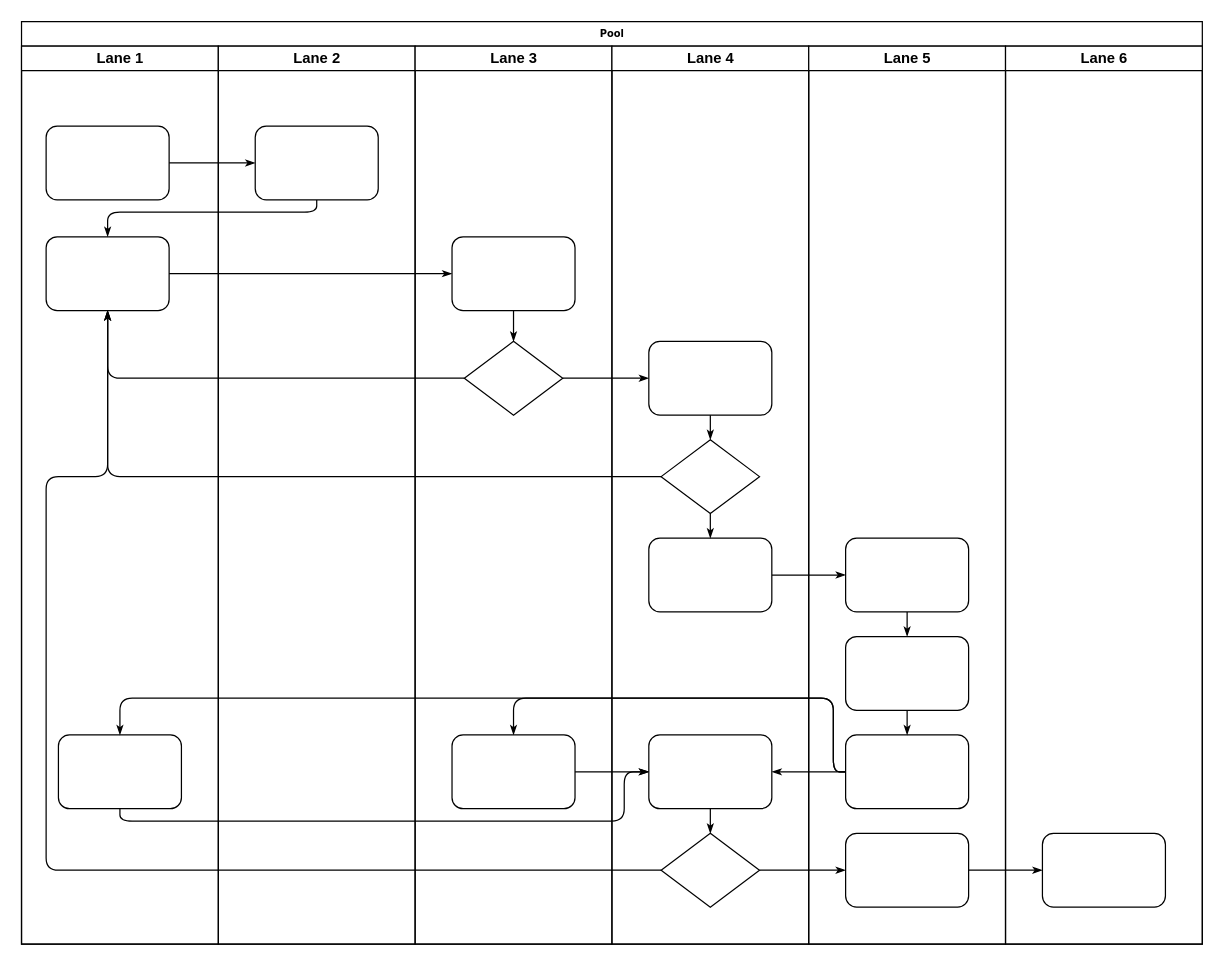
Africa-PID-Alliance/DOCiD keeps this draw.io diagram as Untitled Diagram.drawio. Above is the earlier version. Source tidied: cells renumbered, new cells numbered last; positions are measured from the earlier drawing's top-left corner, leaving out a move shared by most shapes. Both pictures are drawn from the tidied source at 123%, with x=0, y=0 at pixel (21, 21).
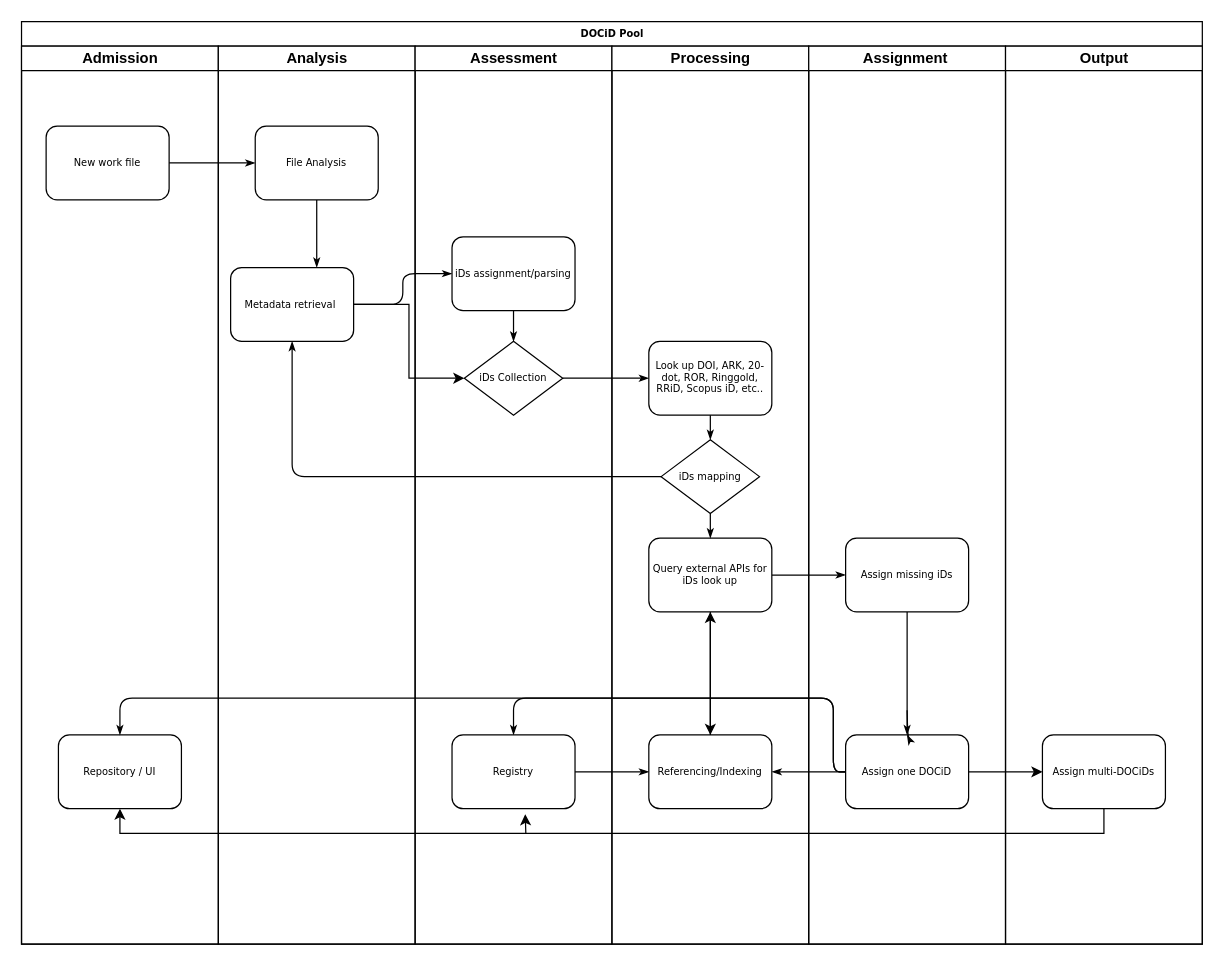
The same diagram, later.

Change to the diagram source:
```diff
@@
-    <mxCell id="2" value="Pool" style="swimlane;html=1;startSize=20;rounded=0;shadow=0;labelBackgroundColor=none;strokeWidth=1;fontFamily=Verdana;fontSize=8;align=center;" parent="1" vertex="1">
+    <mxCell id="2" value="DOCiD Pool" style="swimlane;html=1;startSize=20;rounded=0;shadow=0;labelBackgroundColor=none;strokeWidth=1;fontFamily=Verdana;fontSize=8;align=center;" parent="1" vertex="1">
       <mxGeometry width="960" height="750" as="geometry" />
     </mxCell>
-    <mxCell id="3" value="Lane 1" style="swimlane;html=1;startSize=20;" parent="2" vertex="1">
+    <mxCell id="3" value="Admission" style="swimlane;html=1;startSize=20;" parent="2" vertex="1">
       <mxGeometry y="20" width="160" height="730" as="geometry" />
     </mxCell>
-    <mxCell id="4" style="rounded=1;whiteSpace=wrap;html=1;shadow=0;labelBackgroundColor=none;strokeWidth=1;fontFamily=Verdana;fontSize=8;align=center;" parent="3" vertex="1">
+    <mxCell id="4" value="New work file" style="rounded=1;whiteSpace=wrap;html=1;shadow=0;labelBackgroundColor=none;strokeWidth=1;fontFamily=Verdana;fontSize=8;align=center;" parent="3" vertex="1">
       <mxGeometry x="20" y="65" width="100" height="60" as="geometry" />
     </mxCell>
-    <mxCell id="5" style="rounded=1;whiteSpace=wrap;html=1;shadow=0;labelBackgroundColor=none;strokeWidth=1;fontFamily=Verdana;fontSize=8;align=center;" parent="3" vertex="1">
-      <mxGeometry x="20" y="155" width="100" height="60" as="geometry" />
-    </mxCell>
-    <mxCell id="6" style="rounded=1;whiteSpace=wrap;html=1;shadow=0;labelBackgroundColor=none;strokeWidth=1;fontFamily=Verdana;fontSize=8;align=center;" parent="3" vertex="1">
+    <mxCell id="6" value="Repository / UI" style="rounded=1;whiteSpace=wrap;html=1;shadow=0;labelBackgroundColor=none;strokeWidth=1;fontFamily=Verdana;fontSize=8;align=center;" parent="3" vertex="1">
       <mxGeometry x="30" y="560" width="100" height="60" as="geometry" />
     </mxCell>
@@
-    <mxCell id="8" style="edgeStyle=orthogonalEdgeStyle;rounded=1;html=1;labelBackgroundColor=none;startArrow=none;startFill=0;startSize=5;endArrow=classicThin;endFill=1;endSize=5;jettySize=auto;strokeWidth=1;fontFamily=Verdana;fontSize=8;" parent="2" edge="1" source="23" target="5">
-      <mxGeometry relative="1" as="geometry">
-        <Array as="points">
-          <mxPoint x="240" y="155" />
-          <mxPoint x="70" y="155" />
-        </Array>
-      </mxGeometry>
-    </mxCell>
@@
-    <mxCell id="10" style="edgeStyle=orthogonalEdgeStyle;rounded=1;html=1;labelBackgroundColor=none;startArrow=none;startFill=0;startSize=5;endArrow=classicThin;endFill=1;endSize=5;jettySize=auto;strokeWidth=1;fontFamily=Verdana;fontSize=8;" parent="2" edge="1" source="26" target="5">
-      <mxGeometry relative="1" as="geometry" />
-    </mxCell>
@@
-    <mxCell id="12" style="edgeStyle=orthogonalEdgeStyle;rounded=1;html=1;labelBackgroundColor=none;startArrow=none;startFill=0;startSize=5;endArrow=classicThin;endFill=1;endSize=5;jettySize=auto;strokeWidth=1;fontFamily=Verdana;fontSize=8;" parent="2" edge="1" source="34" target="5">
-      <mxGeometry relative="1" as="geometry">
-        <Array as="points">
-          <mxPoint x="20" y="690" />
-          <mxPoint x="20" y="370" />
-          <mxPoint x="70" y="370" />
-        </Array>
-      </mxGeometry>
-    </mxCell>
@@
-    <mxCell id="14" style="edgeStyle=orthogonalEdgeStyle;rounded=1;html=1;labelBackgroundColor=none;startArrow=none;startFill=0;startSize=5;endArrow=classicThin;endFill=1;endSize=5;jettySize=auto;strokeWidth=1;fontFamily=Verdana;fontSize=8;" parent="2" edge="1" source="34" target="42">
-      <mxGeometry relative="1" as="geometry" />
-    </mxCell>
-    <mxCell id="15" style="edgeStyle=orthogonalEdgeStyle;rounded=1;html=1;labelBackgroundColor=none;startArrow=none;startFill=0;startSize=5;endArrow=classicThin;endFill=1;endSize=5;jettySize=auto;strokeWidth=1;fontFamily=Verdana;fontSize=8;" parent="2" edge="1" source="42" target="46">
-      <mxGeometry relative="1" as="geometry" />
-    </mxCell>
@@
-    <mxCell id="20" style="edgeStyle=orthogonalEdgeStyle;rounded=1;html=1;labelBackgroundColor=none;startArrow=none;startFill=0;startSize=5;endArrow=classicThin;endFill=1;endSize=5;jettySize=auto;strokeWidth=1;fontFamily=Verdana;fontSize=8;" parent="2" edge="1" source="6" target="33">
-      <mxGeometry relative="1" as="geometry">
-        <Array as="points">
-          <mxPoint x="80" y="650" />
-          <mxPoint x="490" y="650" />
-          <mxPoint x="490" y="610" />
-        </Array>
-      </mxGeometry>
-    </mxCell>
@@
-    <mxCell id="22" value="Lane 2" style="swimlane;html=1;startSize=20;" parent="2" vertex="1">
+    <mxCell id="22" value="Analysis" style="swimlane;html=1;startSize=20;" parent="2" vertex="1">
       <mxGeometry x="160" y="20" width="160" height="730" as="geometry" />
     </mxCell>
-    <mxCell id="23" style="rounded=1;whiteSpace=wrap;html=1;shadow=0;labelBackgroundColor=none;strokeWidth=1;fontFamily=Verdana;fontSize=8;align=center;" parent="22" vertex="1">
+    <mxCell id="23" value="File Analysis" style="rounded=1;whiteSpace=wrap;html=1;shadow=0;labelBackgroundColor=none;strokeWidth=1;fontFamily=Verdana;fontSize=8;align=center;" parent="22" vertex="1">
       <mxGeometry x="30" y="65" width="100" height="60" as="geometry" />
     </mxCell>
+    <mxCell id="5" value="Metadata retrieval&amp;nbsp;" style="rounded=1;whiteSpace=wrap;html=1;shadow=0;labelBackgroundColor=none;strokeWidth=1;fontFamily=Verdana;fontSize=8;align=center;" parent="22" vertex="1">
+      <mxGeometry x="10" y="180" width="100" height="60" as="geometry" />
+    </mxCell>
+    <mxCell id="8" style="edgeStyle=orthogonalEdgeStyle;rounded=1;html=1;labelBackgroundColor=none;startArrow=none;startFill=0;startSize=5;endArrow=classicThin;endFill=1;endSize=5;jettySize=auto;strokeWidth=1;fontFamily=Verdana;fontSize=8;" parent="22" edge="1" source="23" target="5">
+      <mxGeometry relative="1" as="geometry">
+        <Array as="points">
+          <mxPoint x="80" y="180" />
+          <mxPoint x="80" y="180" />
+        </Array>
+      </mxGeometry>
+    </mxCell>
-    <mxCell id="24" value="Lane 3" style="swimlane;html=1;startSize=20;" parent="2" vertex="1">
+    <mxCell id="24" value="Assessment" style="swimlane;html=1;startSize=20;" parent="2" vertex="1">
       <mxGeometry x="320" y="20" width="160" height="730" as="geometry" />
     </mxCell>
-    <mxCell id="25" style="rounded=1;whiteSpace=wrap;html=1;shadow=0;labelBackgroundColor=none;strokeWidth=1;fontFamily=Verdana;fontSize=8;align=center;" parent="24" vertex="1">
+    <mxCell id="25" value="iDs assignment/parsing" style="rounded=1;whiteSpace=wrap;html=1;shadow=0;labelBackgroundColor=none;strokeWidth=1;fontFamily=Verdana;fontSize=8;align=center;" parent="24" vertex="1">
       <mxGeometry x="30" y="155" width="100" height="60" as="geometry" />
     </mxCell>
-    <mxCell id="26" style="rhombus;whiteSpace=wrap;html=1;rounded=0;shadow=0;labelBackgroundColor=none;strokeWidth=1;fontFamily=Verdana;fontSize=8;align=center;" parent="24" vertex="1">
+    <mxCell id="26" value="iDs Collection" style="rhombus;whiteSpace=wrap;html=1;rounded=0;shadow=0;labelBackgroundColor=none;strokeWidth=1;fontFamily=Verdana;fontSize=8;align=center;" parent="24" vertex="1">
       <mxGeometry x="40" y="240" width="80" height="60" as="geometry" />
     </mxCell>
-    <mxCell id="27" style="rounded=1;whiteSpace=wrap;html=1;shadow=0;labelBackgroundColor=none;strokeWidth=1;fontFamily=Verdana;fontSize=8;align=center;" parent="24" vertex="1">
+    <mxCell id="27" value="Registry" style="rounded=1;whiteSpace=wrap;html=1;shadow=0;labelBackgroundColor=none;strokeWidth=1;fontFamily=Verdana;fontSize=8;align=center;" parent="24" vertex="1">
       <mxGeometry x="30" y="560" width="100" height="60" as="geometry" />
     </mxCell>
@@
+    <mxCell id="47" style="edgeStyle=orthogonalEdgeStyle;rounded=0;jettySize=auto;html=1;exitX=0.5;exitY=0;exitDx=0;exitDy=0;entryX=0.595;entryY=1.075;entryDx=0;entryDy=0;entryPerimeter=0;" parent="24" edge="1" target="27">
+      <mxGeometry relative="1" as="geometry">
+        <mxPoint x="90" y="640" as="sourcePoint" />
+      </mxGeometry>
+    </mxCell>
-    <mxCell id="29" value="Lane 4" style="swimlane;html=1;startSize=20;" parent="2" vertex="1">
+    <mxCell id="29" value="Processing" style="swimlane;html=1;startSize=20;" parent="2" vertex="1">
       <mxGeometry x="480" y="20" width="160" height="730" as="geometry" />
     </mxCell>
-    <mxCell id="30" style="rounded=1;whiteSpace=wrap;html=1;shadow=0;labelBackgroundColor=none;strokeWidth=1;fontFamily=Verdana;fontSize=8;align=center;" parent="29" vertex="1">
+    <mxCell id="30" value="Look up DOI, ARK, 20-dot, ROR, Ringgold, RRiD, Scopus iD, etc.." style="rounded=1;whiteSpace=wrap;html=1;shadow=0;labelBackgroundColor=none;strokeWidth=1;fontFamily=Verdana;fontSize=8;align=center;" parent="29" vertex="1">
       <mxGeometry x="30" y="240" width="100" height="60" as="geometry" />
     </mxCell>
-    <mxCell id="31" style="rhombus;whiteSpace=wrap;html=1;rounded=0;shadow=0;labelBackgroundColor=none;strokeWidth=1;fontFamily=Verdana;fontSize=8;align=center;" parent="29" vertex="1">
+    <mxCell id="31" value="iDs mapping" style="rhombus;whiteSpace=wrap;html=1;rounded=0;shadow=0;labelBackgroundColor=none;strokeWidth=1;fontFamily=Verdana;fontSize=8;align=center;" parent="29" vertex="1">
       <mxGeometry x="40" y="320" width="80" height="60" as="geometry" />
     </mxCell>
+    <mxCell id="48" style="edgeStyle=orthogonalEdgeStyle;rounded=0;jettySize=auto;html=1;" parent="29" edge="1" source="32" target="33">
+      <mxGeometry relative="1" as="geometry" />
+    </mxCell>
-    <mxCell id="32" style="rounded=1;whiteSpace=wrap;html=1;shadow=0;labelBackgroundColor=none;strokeWidth=1;fontFamily=Verdana;fontSize=8;align=center;" parent="29" vertex="1">
+    <mxCell id="32" value="Query external APIs for iDs look up" style="rounded=1;whiteSpace=wrap;html=1;shadow=0;labelBackgroundColor=none;strokeWidth=1;fontFamily=Verdana;fontSize=8;align=center;" parent="29" vertex="1">
       <mxGeometry x="30" y="400" width="100" height="60" as="geometry" />
     </mxCell>
+    <mxCell id="49" style="edgeStyle=orthogonalEdgeStyle;rounded=0;jettySize=auto;html=1;exitX=0.5;exitY=0;exitDx=0;exitDy=0;" parent="29" edge="1" source="33">
+      <mxGeometry relative="1" as="geometry">
+        <mxPoint x="80" y="460" as="targetPoint" />
+      </mxGeometry>
+    </mxCell>
-    <mxCell id="33" style="rounded=1;whiteSpace=wrap;html=1;shadow=0;labelBackgroundColor=none;strokeWidth=1;fontFamily=Verdana;fontSize=8;align=center;" parent="29" vertex="1">
+    <mxCell id="33" value="Referencing/Indexing" style="rounded=1;whiteSpace=wrap;html=1;shadow=0;labelBackgroundColor=none;strokeWidth=1;fontFamily=Verdana;fontSize=8;align=center;" parent="29" vertex="1">
       <mxGeometry x="30" y="560" width="100" height="60" as="geometry" />
     </mxCell>
-    <mxCell id="34" style="rhombus;whiteSpace=wrap;html=1;rounded=0;shadow=0;labelBackgroundColor=none;strokeWidth=1;fontFamily=Verdana;fontSize=8;align=center;" parent="29" vertex="1">
-      <mxGeometry x="40" y="640" width="80" height="60" as="geometry" />
-    </mxCell>
@@
-    <mxCell id="37" style="edgeStyle=orthogonalEdgeStyle;rounded=1;html=1;labelBackgroundColor=none;startArrow=none;startFill=0;startSize=5;endArrow=classicThin;endFill=1;endSize=5;jettySize=auto;strokeWidth=1;fontFamily=Verdana;fontSize=8;" parent="29" edge="1" source="33" target="34">
-      <mxGeometry relative="1" as="geometry" />
-    </mxCell>
-    <mxCell id="38" value="Lane 5" style="swimlane;html=1;startSize=20;" parent="2" vertex="1">
+    <mxCell id="38" value="Assignment&amp;nbsp;" style="swimlane;html=1;startSize=20;" parent="2" vertex="1">
       <mxGeometry x="640" y="20" width="160" height="730" as="geometry" />
     </mxCell>
-    <mxCell id="39" style="rounded=1;whiteSpace=wrap;html=1;shadow=0;labelBackgroundColor=none;strokeWidth=1;fontFamily=Verdana;fontSize=8;align=center;" parent="38" vertex="1">
+    <mxCell id="39" value="Assign missing iDs" style="rounded=1;whiteSpace=wrap;html=1;shadow=0;labelBackgroundColor=none;strokeWidth=1;fontFamily=Verdana;fontSize=8;align=center;" parent="38" vertex="1">
       <mxGeometry x="30" y="400" width="100" height="60" as="geometry" />
     </mxCell>
-    <mxCell id="40" style="rounded=1;whiteSpace=wrap;html=1;shadow=0;labelBackgroundColor=none;strokeWidth=1;fontFamily=Verdana;fontSize=8;align=center;" parent="38" vertex="1">
-      <mxGeometry x="30" y="480" width="100" height="60" as="geometry" />
-    </mxCell>
-    <mxCell id="41" style="rounded=1;whiteSpace=wrap;html=1;shadow=0;labelBackgroundColor=none;strokeWidth=1;fontFamily=Verdana;fontSize=8;align=center;" parent="38" vertex="1">
+    <mxCell id="41" value="Assign one DOCiD" style="rounded=1;whiteSpace=wrap;html=1;shadow=0;labelBackgroundColor=none;strokeWidth=1;fontFamily=Verdana;fontSize=8;align=center;" parent="38" vertex="1">
       <mxGeometry x="30" y="560" width="100" height="60" as="geometry" />
     </mxCell>
-    <mxCell id="42" style="rounded=1;whiteSpace=wrap;html=1;shadow=0;labelBackgroundColor=none;strokeWidth=1;fontFamily=Verdana;fontSize=8;align=center;" parent="38" vertex="1">
-      <mxGeometry x="30" y="640" width="100" height="60" as="geometry" />
-    </mxCell>
-    <mxCell id="43" style="edgeStyle=orthogonalEdgeStyle;rounded=1;html=1;labelBackgroundColor=none;startArrow=none;startFill=0;startSize=5;endArrow=classicThin;endFill=1;endSize=5;jettySize=auto;strokeWidth=1;fontFamily=Verdana;fontSize=8;" parent="38" edge="1" source="39" target="40">
+    <mxCell id="43" style="edgeStyle=orthogonalEdgeStyle;rounded=1;html=1;labelBackgroundColor=none;startArrow=none;startFill=0;startSize=5;endArrow=classicThin;endFill=1;endSize=5;jettySize=auto;strokeWidth=1;fontFamily=Verdana;fontSize=8;entryX=0.5;entryY=0;entryDx=0;entryDy=0;" parent="38" edge="1" source="39" target="41">
       <mxGeometry relative="1" as="geometry" />
     </mxCell>
-    <mxCell id="44" style="edgeStyle=orthogonalEdgeStyle;rounded=1;html=1;labelBackgroundColor=none;startArrow=none;startFill=0;startSize=5;endArrow=classicThin;endFill=1;endSize=5;jettySize=auto;strokeWidth=1;fontFamily=Verdana;fontSize=8;" parent="38" edge="1" source="40" target="41">
-      <mxGeometry relative="1" as="geometry" />
+    <mxCell id="44" style="edgeStyle=orthogonalEdgeStyle;rounded=1;html=1;labelBackgroundColor=none;startArrow=none;startFill=0;startSize=5;endArrow=classicThin;endFill=1;endSize=5;jettySize=auto;strokeWidth=1;fontFamily=Verdana;fontSize=8;" parent="38" edge="1" target="41">
+      <mxGeometry relative="1" as="geometry">
+        <mxPoint x="80" y="540" as="sourcePoint" />
+      </mxGeometry>
     </mxCell>
-    <mxCell id="45" value="Lane 6" style="swimlane;html=1;startSize=20;" parent="2" vertex="1">
+    <mxCell id="45" value="Output" style="swimlane;html=1;startSize=20;" parent="2" vertex="1">
       <mxGeometry x="800" y="20" width="160" height="730" as="geometry" />
     </mxCell>
-    <mxCell id="46" style="rounded=1;whiteSpace=wrap;html=1;shadow=0;labelBackgroundColor=none;strokeWidth=1;fontFamily=Verdana;fontSize=8;align=center;" parent="45" vertex="1">
-      <mxGeometry x="30" y="640" width="100" height="60" as="geometry" />
+    <mxCell id="46" value="Assign multi-DOCiDs" style="rounded=1;whiteSpace=wrap;html=1;shadow=0;labelBackgroundColor=none;strokeWidth=1;fontFamily=Verdana;fontSize=8;align=center;" parent="45" vertex="1">
+      <mxGeometry x="30" y="560" width="100" height="60" as="geometry" />
     </mxCell>
+    <mxCell id="50" style="edgeStyle=orthogonalEdgeStyle;rounded=0;jettySize=auto;html=1;exitX=1;exitY=0.5;exitDx=0;exitDy=0;" parent="2" edge="1" source="41" target="46">
+      <mxGeometry relative="1" as="geometry" />
+    </mxCell>
+    <mxCell id="51" style="edgeStyle=orthogonalEdgeStyle;rounded=0;jettySize=auto;html=1;exitX=0.5;exitY=1;exitDx=0;exitDy=0;entryX=0.5;entryY=1;entryDx=0;entryDy=0;" parent="2" edge="1" source="46" target="6">
+      <mxGeometry relative="1" as="geometry" />
+    </mxCell>
+    <mxCell id="52" style="edgeStyle=orthogonalEdgeStyle;rounded=0;jettySize=auto;html=1;exitX=1;exitY=0.5;exitDx=0;exitDy=0;entryX=0;entryY=0.5;entryDx=0;entryDy=0;" parent="2" edge="1" source="5" target="26">
+      <mxGeometry relative="1" as="geometry" />
+    </mxCell>
```
